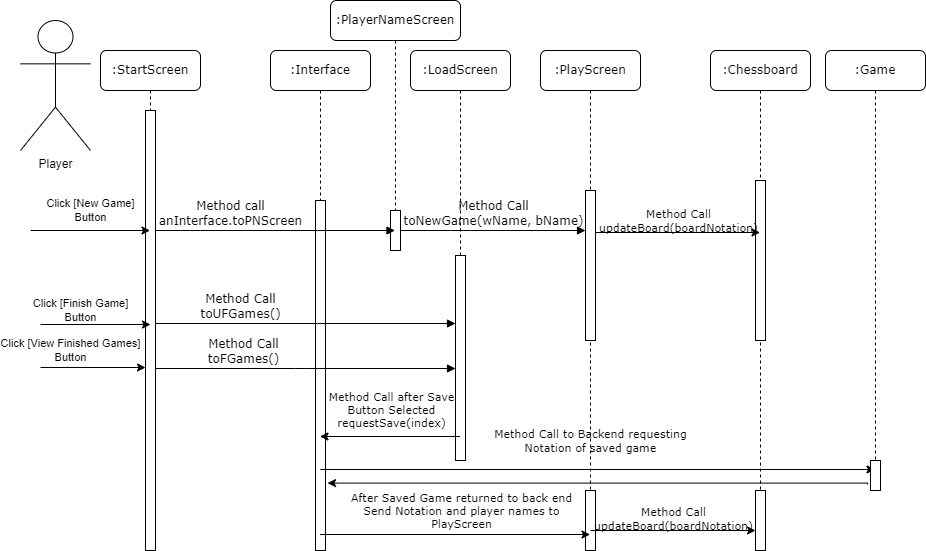
Skadoot/GP9 keeps this draw.io diagram as dev/diagrams/Sequence Diagram UC 0.0.png. Above is the earlier version. Source tidied: cells renumbered, new cells last; positions are measured from the earlier drawing's top-left corner, leaving out a move shared by most shapes.
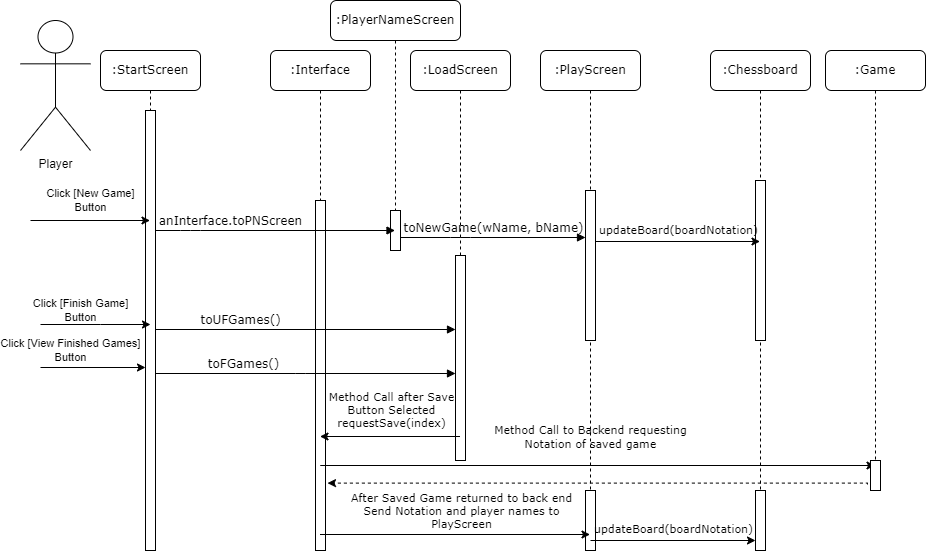
After the commit.

The edit, as a diff of the source:
```diff
@@ -8,10 +8,10 @@
     <mxCell id="3" style="html=1;perimeter=orthogonalPerimeter;rounded=0;shadow=0;comic=0;labelBackgroundColor=none;strokeWidth=1;fontFamily=Verdana;fontSize=12;align=center;" parent="2" vertex="1">
       <mxGeometry x="45" y="150" width="10" height="350" as="geometry" />
     </mxCell>
-    <mxCell id="4" value="Method Call&lt;br&gt;toFGames()" style="html=1;verticalAlign=bottom;endArrow=block;labelBackgroundColor=none;fontFamily=Verdana;fontSize=12;edgeStyle=elbowEdgeStyle;elbow=vertical;" parent="2" edge="1">
+    <mxCell id="4" value="toFGames()" style="html=1;verticalAlign=bottom;endArrow=block;labelBackgroundColor=none;fontFamily=Verdana;fontSize=12;edgeStyle=elbowEdgeStyle;elbow=vertical;" parent="2" edge="1">
       <mxGeometry x="-0.42" relative="1" as="geometry">
-        <mxPoint x="-115.5" y="318" as="sourcePoint" />
-        <mxPoint x="185" y="318" as="targetPoint" />
+        <mxPoint x="-115.5" y="323" as="sourcePoint" />
+        <mxPoint x="185" y="323" as="targetPoint" />
       </mxGeometry>
     </mxCell>
     <mxCell id="5" value=":PlayerNameScreen" style="shape=umlLifeline;perimeter=lifelinePerimeter;whiteSpace=wrap;html=1;outlineConnect=0;rounded=1;shadow=0;comic=0;labelBackgroundColor=none;strokeWidth=1;fontFamily=Verdana;fontSize=12;align=center;" parent="1" vertex="1">
@@ -41,20 +41,21 @@
     <mxCell id="13" style="html=1;perimeter=orthogonalPerimeter;rounded=0;shadow=0;comic=0;labelBackgroundColor=none;strokeWidth=1;fontFamily=Verdana;fontSize=12;align=center;" parent="11" vertex="1">
       <mxGeometry x="45" y="440" width="10" height="60" as="geometry" />
     </mxCell>
-    <mxCell id="14" value="Method Call&lt;br&gt;updateBoard(boardNotation)" style="endArrow=classic;html=1;rounded=0;fontFamily=Verdana;labelBackgroundColor=none;" parent="11" edge="1">
+    <mxCell id="14" value="updateBoard(boardNotation)" style="endArrow=classic;html=1;rounded=0;fontFamily=Verdana;labelBackgroundColor=none;" parent="11" edge="1">
       <mxGeometry y="12" relative="1" as="geometry">
-        <mxPoint x="-120" y="480" as="sourcePoint" />
-        <mxPoint x="45" y="480" as="targetPoint" />
+        <mxPoint x="-120" y="490" as="sourcePoint" />
+        <mxPoint x="45" y="490" as="targetPoint" />
       </mxGeometry>
     </mxCell>
     <mxCell id="15" value=":Game" style="shape=umlLifeline;perimeter=lifelinePerimeter;whiteSpace=wrap;html=1;rounded=1;shadow=0;comic=0;labelBackgroundColor=none;strokeWidth=1;fontFamily=Verdana;fontSize=12;align=center;" parent="1" vertex="1">
       <mxGeometry x="805" y="50" width="100" height="440" as="geometry" />
     </mxCell>
-    <mxCell id="16" value="Method Call to Backend requesting&lt;br&gt;Notation of saved game" style="endArrow=classic;html=1;rounded=0;labelBackgroundColor=none;fontFamily=Verdana;startArrow=none;" parent="15" edge="1" source="17">
+    <mxCell id="16" value="Method Call to Backend requesting&lt;br&gt;Notation of saved game" style="endArrow=classic;html=1;rounded=0;labelBackgroundColor=none;fontFamily=Verdana;startArrow=none;" parent="15" edge="1">
       <mxGeometry x="0.48" y="29" relative="1" as="geometry">
-        <mxPoint x="49.5" y="419" as="targetPoint" />
+        <mxPoint x="45" y="415" as="sourcePoint" />
+        <mxPoint x="49.5" y="415" as="targetPoint" />
         <Array as="points">
-          <mxPoint x="-505" y="419" />
+          <mxPoint x="-505" y="415" />
         </Array>
       </mxGeometry>
     </mxCell>
@@ -67,9 +68,10 @@
     <mxCell id="19" style="html=1;points=[];perimeter=orthogonalPerimeter;rounded=0;shadow=0;comic=0;labelBackgroundColor=none;strokeWidth=1;fontFamily=Verdana;fontSize=12;align=center;" parent="18" vertex="1">
       <mxGeometry x="45" y="60" width="10" height="440" as="geometry" />
     </mxCell>
-    <mxCell id="20" value="Click [New Game]&lt;br&gt;Button" style="endArrow=classic;html=1;rounded=0;labelBackgroundColor=none;" parent="18" edge="1" target="18">
+    <mxCell id="20" value="Click [New Game]&lt;br&gt;Button" style="endArrow=classic;html=1;rounded=0;labelBackgroundColor=none;" parent="18" edge="1">
       <mxGeometry y="20" relative="1" as="geometry">
-        <mxPoint x="-70" y="180" as="sourcePoint" />
+        <mxPoint x="-70" y="170" as="sourcePoint" />
+        <mxPoint x="49.5" y="170" as="targetPoint" />
       </mxGeometry>
     </mxCell>
     <mxCell id="21" value="Click [View Finished Games]&lt;br&gt;Button" style="endArrow=classic;html=1;rounded=0;labelBackgroundColor=none;" parent="18" edge="1">
@@ -81,22 +83,22 @@
     <mxCell id="22" style="html=1;perimeter=orthogonalPerimeter;rounded=0;shadow=0;comic=0;labelBackgroundColor=none;strokeWidth=1;fontFamily=Verdana;fontSize=12;align=center;" parent="1" vertex="1">
       <mxGeometry x="565" y="190" width="10" height="150" as="geometry" />
     </mxCell>
-    <mxCell id="23" value="Method Call&lt;br&gt;toNewGame(wName, bName)" style="html=1;verticalAlign=bottom;endArrow=block;labelBackgroundColor=none;fontFamily=Verdana;fontSize=12;edgeStyle=elbowEdgeStyle;elbow=vertical;" parent="1" edge="1">
+    <mxCell id="23" value="toNewGame(wName, bName)" style="html=1;verticalAlign=bottom;endArrow=block;labelBackgroundColor=none;fontFamily=Verdana;fontSize=12;edgeStyle=elbowEdgeStyle;elbow=vertical;" parent="1" edge="1">
       <mxGeometry relative="1" as="geometry">
-        <mxPoint x="380" y="230" as="sourcePoint" />
-        <mxPoint x="565" y="230" as="targetPoint" />
+        <mxPoint x="380" y="237" as="sourcePoint" />
+        <mxPoint x="565" y="237" as="targetPoint" />
         <Array as="points">
-          <mxPoint x="440" y="230" />
+          <mxPoint x="440" y="237" />
         </Array>
       </mxGeometry>
     </mxCell>
-    <mxCell id="24" value="Method Call&lt;br&gt;toUFGames()" style="html=1;verticalAlign=bottom;endArrow=block;entryX=0;entryY=0;labelBackgroundColor=none;fontFamily=Verdana;fontSize=12;" parent="1" edge="1">
+    <mxCell id="24" value="toUFGames()" style="html=1;verticalAlign=bottom;endArrow=block;entryX=0;entryY=0;labelBackgroundColor=none;fontFamily=Verdana;fontSize=12;" parent="1" edge="1">
       <mxGeometry x="-0.43" relative="1" as="geometry">
-        <mxPoint x="135" y="323" as="sourcePoint" />
-        <mxPoint x="435" y="323" as="targetPoint" />
+        <mxPoint x="135" y="329" as="sourcePoint" />
+        <mxPoint x="435" y="329" as="targetPoint" />
       </mxGeometry>
     </mxCell>
-    <mxCell id="25" value="Method call&lt;br&gt;anInterface.toPNScreen" style="html=1;verticalAlign=bottom;endArrow=block;labelBackgroundColor=none;fontFamily=Verdana;fontSize=12;edgeStyle=elbowEdgeStyle;elbow=vertical;" parent="1" edge="1" source="19" target="5">
+    <mxCell id="25" value="anInterface.toPNScreen" style="html=1;verticalAlign=bottom;endArrow=block;labelBackgroundColor=none;fontFamily=Verdana;fontSize=12;edgeStyle=elbowEdgeStyle;elbow=vertical;" parent="1" edge="1" source="19" target="5">
       <mxGeometry x="-0.37" relative="1" as="geometry">
         <Array as="points">
           <mxPoint x="170" y="230" />
@@ -115,9 +117,10 @@
         </Array>
       </mxGeometry>
     </mxCell>
-    <mxCell id="28" value="Method Call&lt;br&gt;updateBoard(boardNotation)" style="endArrow=classic;html=1;rounded=0;fontFamily=Verdana;labelBackgroundColor=none;" parent="1" edge="1" target="11">
+    <mxCell id="28" value="updateBoard(boardNotation)" style="endArrow=classic;html=1;rounded=0;fontFamily=Verdana;labelBackgroundColor=none;" parent="1" edge="1">
       <mxGeometry y="12" relative="1" as="geometry">
-        <mxPoint x="575" y="232" as="sourcePoint" />
+        <mxPoint x="575" y="241" as="sourcePoint" />
+        <mxPoint x="739.5" y="241" as="targetPoint" />
       </mxGeometry>
     </mxCell>
     <mxCell id="29" value="Method Call after Save&lt;br&gt;Button Selected&lt;br&gt;requestSave(index)" style="endArrow=classic;html=1;rounded=0;labelBackgroundColor=none;fontFamily=Verdana;" parent="1" edge="1">
@@ -127,7 +130,7 @@
         <mxPoint x="1" as="offset" />
       </mxGeometry>
     </mxCell>
-    <mxCell id="30" style="edgeStyle=orthogonalEdgeStyle;rounded=0;orthogonalLoop=1;jettySize=auto;html=1;labelBackgroundColor=none;fontFamily=Verdana;entryX=1.5;entryY=0.931;entryDx=0;entryDy=0;entryPerimeter=0;" parent="1" edge="1">
+    <mxCell id="30" style="edgeStyle=orthogonalEdgeStyle;rounded=0;orthogonalLoop=1;jettySize=auto;html=1;labelBackgroundColor=none;fontFamily=Verdana;entryX=1.5;entryY=0.931;entryDx=0;entryDy=0;entryPerimeter=0;dashed=1;" parent="1" edge="1">
       <mxGeometry relative="1" as="geometry">
         <mxPoint x="847" y="484" as="sourcePoint" />
         <mxPoint x="307" y="482.6" as="targetPoint" />
```
